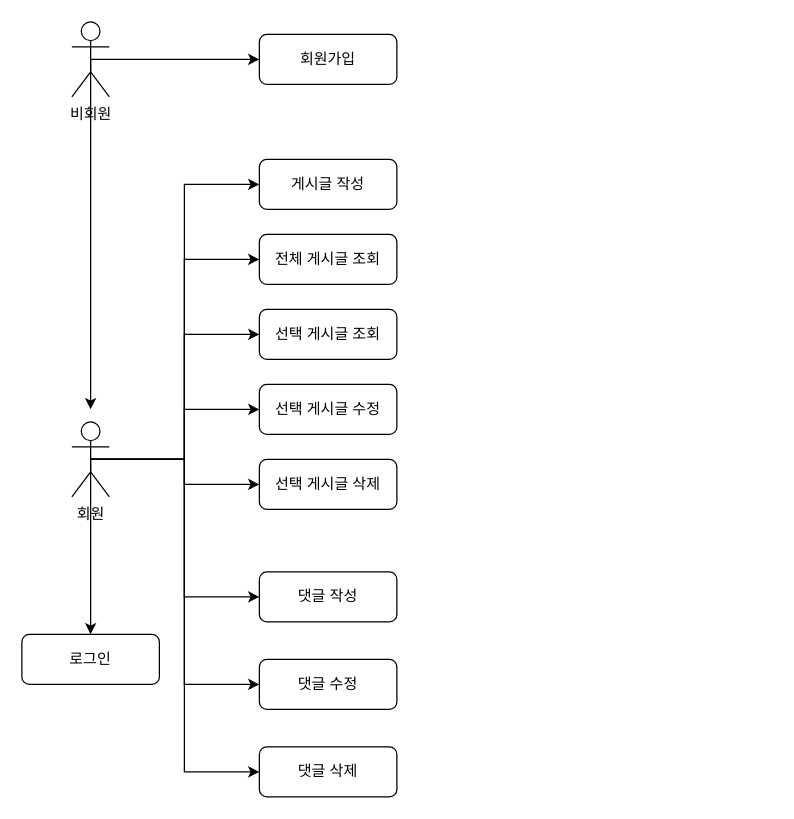
Earlier version of the draw.io diagram src/main/resources/prestudy-usecase.drawio (hmyanghm/hanghae7-pre-study-spring). Source tidied: cells renumbered, new cells numbered last; positions are measured from the earlier drawing's top-left corner, leaving out a move shared by most shapes. Both pictures are drawn from the tidied source at 125%, with x=0, y=0 at pixel (21, 21).
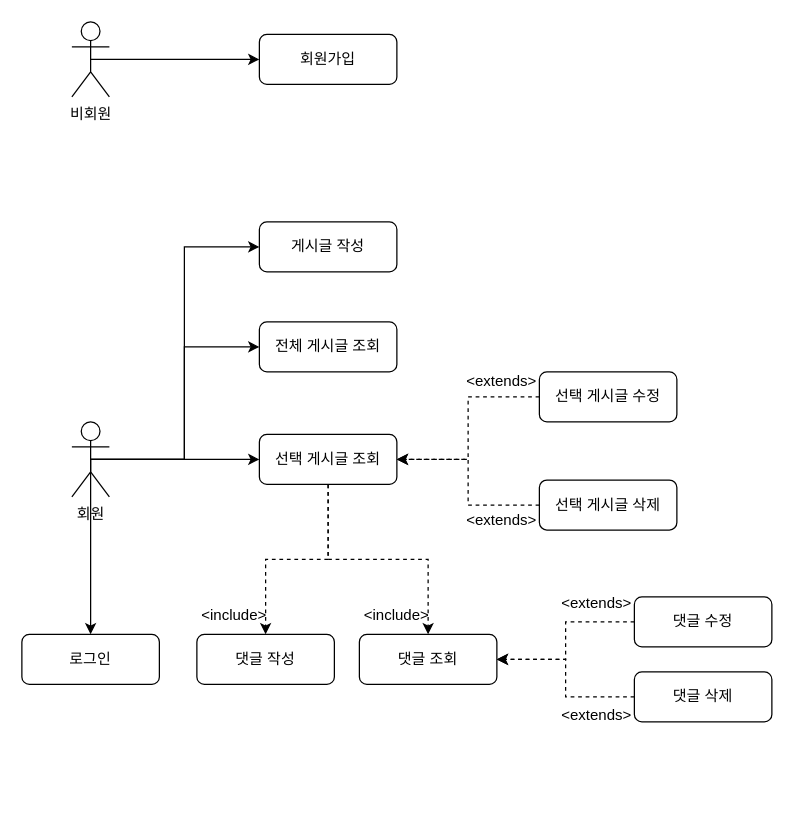
After the change.

The change refers to these unchanged cells:
```xml
<mxCell id="4" value="비회원" style="shape=umlActor;verticalLabelPosition=bottom;verticalAlign=top;html=1;outlineConnect=0;" parent="1" vertex="1">
  <mxGeometry x="40" width="30" height="60" as="geometry" />
</mxCell>
<mxCell id="14" value="회원" style="shape=umlActor;verticalLabelPosition=bottom;verticalAlign=top;html=1;outlineConnect=0;" parent="1" vertex="1">
  <mxGeometry x="40" y="320" width="30" height="60" as="geometry" />
</mxCell>
```

Diff of the diagram source:
```diff
@@
-    <mxCell id="3" style="edgeStyle=orthogonalEdgeStyle;rounded=0;jettySize=auto;html=1;exitX=0.5;exitY=0.5;exitDx=0;exitDy=0;exitPerimeter=0;" parent="1" edge="1" source="4">
-      <mxGeometry relative="1" as="geometry">
-        <mxPoint x="55" y="310" as="targetPoint" />
-      </mxGeometry>
-    </mxCell>
@@
-    <mxCell id="8" style="edgeStyle=orthogonalEdgeStyle;rounded=0;jettySize=auto;html=1;exitX=0.5;exitY=0.5;exitDx=0;exitDy=0;exitPerimeter=0;entryX=0;entryY=0.5;entryDx=0;entryDy=0;" parent="1" edge="1" source="14" target="20">
-      <mxGeometry relative="1" as="geometry" />
-    </mxCell>
-    <mxCell id="9" style="edgeStyle=orthogonalEdgeStyle;rounded=0;jettySize=auto;html=1;exitX=0.5;exitY=0.5;exitDx=0;exitDy=0;exitPerimeter=0;entryX=0;entryY=0.5;entryDx=0;entryDy=0;" parent="1" edge="1" source="14" target="21">
-      <mxGeometry relative="1" as="geometry" />
-    </mxCell>
@@
-    <mxCell id="11" style="edgeStyle=orthogonalEdgeStyle;rounded=0;jettySize=auto;html=1;exitX=0.5;exitY=0.5;exitDx=0;exitDy=0;exitPerimeter=0;entryX=0;entryY=0.5;entryDx=0;entryDy=0;" parent="1" edge="1" source="14" target="24">
-      <mxGeometry relative="1" as="geometry" />
-    </mxCell>
-    <mxCell id="12" style="edgeStyle=orthogonalEdgeStyle;rounded=0;jettySize=auto;html=1;exitX=0.5;exitY=0.5;exitDx=0;exitDy=0;exitPerimeter=0;entryX=0;entryY=0.5;entryDx=0;entryDy=0;" parent="1" edge="1" source="14" target="23">
-      <mxGeometry relative="1" as="geometry" />
-    </mxCell>
-    <mxCell id="13" style="edgeStyle=orthogonalEdgeStyle;rounded=0;jettySize=auto;html=1;exitX=0.5;exitY=0.5;exitDx=0;exitDy=0;exitPerimeter=0;entryX=0;entryY=0.5;entryDx=0;entryDy=0;" parent="1" edge="1" source="14" target="22">
-      <mxGeometry relative="1" as="geometry" />
-    </mxCell>
@@
     <mxCell id="17" value="게시글 작성" style="rounded=1;whiteSpace=wrap;html=1;" parent="1" vertex="1">
-      <mxGeometry x="190" y="110" width="110" height="40" as="geometry" />
+      <mxGeometry x="190" y="160" width="110" height="40" as="geometry" />
     </mxCell>
+    <mxCell id="25" style="edgeStyle=orthogonalEdgeStyle;rounded=0;jettySize=auto;html=1;exitX=0.5;exitY=1;exitDx=0;exitDy=0;entryX=0.5;entryY=0;entryDx=0;entryDy=0;dashed=1;" parent="1" edge="1" source="18" target="24">
+      <mxGeometry relative="1" as="geometry" />
+    </mxCell>
+    <mxCell id="26" style="edgeStyle=orthogonalEdgeStyle;rounded=0;jettySize=auto;html=1;exitX=0.5;exitY=1;exitDx=0;exitDy=0;entryX=0.5;entryY=0;entryDx=0;entryDy=0;dashed=1;" parent="1" edge="1" source="18" target="36">
+      <mxGeometry relative="1" as="geometry" />
+    </mxCell>
     <mxCell id="18" value="선택 게시글 조회" style="rounded=1;whiteSpace=wrap;html=1;" parent="1" vertex="1">
-      <mxGeometry x="190" y="230" width="110" height="40" as="geometry" />
+      <mxGeometry x="190" y="330" width="110" height="40" as="geometry" />
     </mxCell>
     <mxCell id="19" value="전체 게시글 조회" style="rounded=1;whiteSpace=wrap;html=1;" parent="1" vertex="1">
-      <mxGeometry x="190" y="170" width="110" height="40" as="geometry" />
+      <mxGeometry x="190" y="240" width="110" height="40" as="geometry" />
     </mxCell>
-    <mxCell id="20" value="선택 게시글 수정" style="rounded=1;whiteSpace=wrap;html=1;" parent="1" vertex="1">
-      <mxGeometry x="190" y="290" width="110" height="40" as="geometry" />
-    </mxCell>
-    <mxCell id="21" value="선택 게시글 삭제" style="rounded=1;whiteSpace=wrap;html=1;" parent="1" vertex="1">
-      <mxGeometry x="190" y="350" width="110" height="40" as="geometry" />
-    </mxCell>
+    <mxCell id="27" style="edgeStyle=orthogonalEdgeStyle;rounded=0;jettySize=auto;html=1;exitX=0;exitY=0.5;exitDx=0;exitDy=0;entryX=1;entryY=0.5;entryDx=0;entryDy=0;dashed=1;" parent="1" edge="1" source="20" target="18">
+      <mxGeometry relative="1" as="geometry" />
+    </mxCell>
+    <mxCell id="28" style="edgeStyle=orthogonalEdgeStyle;rounded=0;jettySize=auto;html=1;exitX=0;exitY=0.5;exitDx=0;exitDy=0;entryX=1;entryY=0.5;entryDx=0;entryDy=0;dashed=1;" parent="1" edge="1" source="21" target="18">
+      <mxGeometry relative="1" as="geometry" />
+    </mxCell>
+    <mxCell id="29" style="edgeStyle=orthogonalEdgeStyle;rounded=0;jettySize=auto;html=1;exitX=0;exitY=0.5;exitDx=0;exitDy=0;entryX=1;entryY=0.5;entryDx=0;entryDy=0;dashed=1;" parent="1" edge="1" source="22" target="36">
+      <mxGeometry relative="1" as="geometry" />
+    </mxCell>
     <mxCell id="22" value="댓글 삭제" style="rounded=1;whiteSpace=wrap;html=1;" parent="1" vertex="1">
-      <mxGeometry x="190" y="580" width="110" height="40" as="geometry" />
+      <mxGeometry x="490" y="520" width="110" height="40" as="geometry" />
     </mxCell>
+    <mxCell id="30" style="edgeStyle=orthogonalEdgeStyle;rounded=0;jettySize=auto;html=1;exitX=0;exitY=0.5;exitDx=0;exitDy=0;entryX=1;entryY=0.5;entryDx=0;entryDy=0;dashed=1;" parent="1" edge="1" source="23" target="36">
+      <mxGeometry relative="1" as="geometry" />
+    </mxCell>
     <mxCell id="23" value="댓글 수정" style="rounded=1;whiteSpace=wrap;html=1;" parent="1" vertex="1">
-      <mxGeometry x="190" y="510" width="110" height="40" as="geometry" />
+      <mxGeometry x="490" y="460" width="110" height="40" as="geometry" />
     </mxCell>
     <mxCell id="24" value="댓글 작성" style="rounded=1;whiteSpace=wrap;html=1;" parent="1" vertex="1">
-      <mxGeometry x="190" y="440" width="110" height="40" as="geometry" />
+      <mxGeometry x="140" y="490" width="110" height="40" as="geometry" />
     </mxCell>
+    <mxCell id="31" value="&amp;lt;extends&amp;gt;" style="text;html=1;align=center;verticalAlign=middle;whiteSpace=wrap;rounded=0;" parent="1" vertex="1">
+      <mxGeometry x="430" y="450" width="60" height="30" as="geometry" />
+    </mxCell>
+    <mxCell id="32" value="&amp;lt;extends&amp;gt;" style="text;html=1;align=center;verticalAlign=middle;whiteSpace=wrap;rounded=0;" parent="1" vertex="1">
+      <mxGeometry x="430" y="540" width="60" height="30" as="geometry" />
+    </mxCell>
+    <mxCell id="33" value="&amp;lt;include&lt;span style=&quot;background-color: initial;&quot;&gt;&amp;gt;&lt;/span&gt;" style="text;html=1;align=center;verticalAlign=middle;whiteSpace=wrap;rounded=0;" parent="1" vertex="1">
+      <mxGeometry x="140" y="460" width="60" height="30" as="geometry" />
+    </mxCell>
+    <mxCell id="21" value="선택 게시글 삭제" style="rounded=1;whiteSpace=wrap;html=1;" parent="1" vertex="1">
+      <mxGeometry x="414" y="366.5" width="110" height="40" as="geometry" />
+    </mxCell>
+    <mxCell id="34" value="&amp;lt;extends&amp;gt;" style="text;html=1;align=center;verticalAlign=middle;whiteSpace=wrap;rounded=0;" parent="1" vertex="1">
+      <mxGeometry x="354" y="383.5" width="60" height="30" as="geometry" />
+    </mxCell>
+    <mxCell id="20" value="선택 게시글 수정" style="rounded=1;whiteSpace=wrap;html=1;" parent="1" vertex="1">
+      <mxGeometry x="414" y="280" width="110" height="40" as="geometry" />
+    </mxCell>
+    <mxCell id="35" value="&amp;lt;extends&amp;gt;" style="text;html=1;align=center;verticalAlign=middle;whiteSpace=wrap;rounded=0;" parent="1" vertex="1">
+      <mxGeometry x="354" y="273" width="60" height="30" as="geometry" />
+    </mxCell>
+    <mxCell id="36" value="댓글 조회" style="rounded=1;whiteSpace=wrap;html=1;" parent="1" vertex="1">
+      <mxGeometry x="270" y="490" width="110" height="40" as="geometry" />
+    </mxCell>
+    <mxCell id="37" value="&amp;lt;include&lt;span style=&quot;background-color: initial;&quot;&gt;&amp;gt;&lt;/span&gt;" style="text;html=1;align=center;verticalAlign=middle;whiteSpace=wrap;rounded=0;" parent="1" vertex="1">
+      <mxGeometry x="270" y="460" width="60" height="30" as="geometry" />
+    </mxCell>
```
